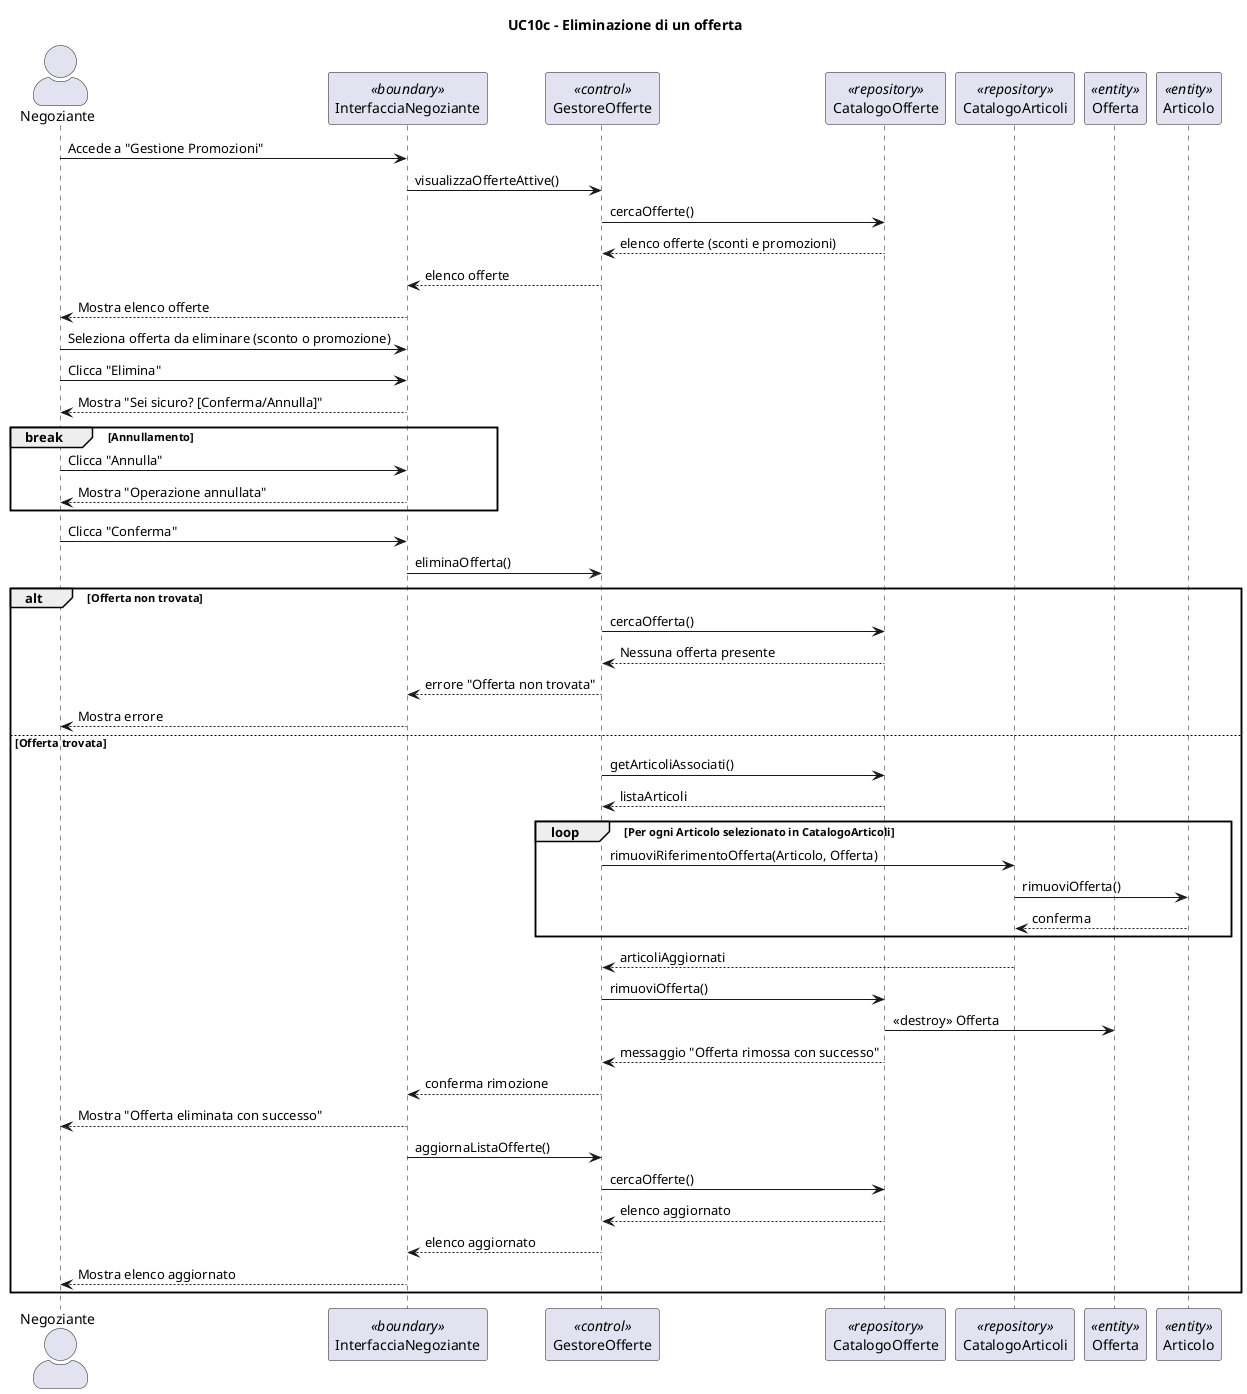
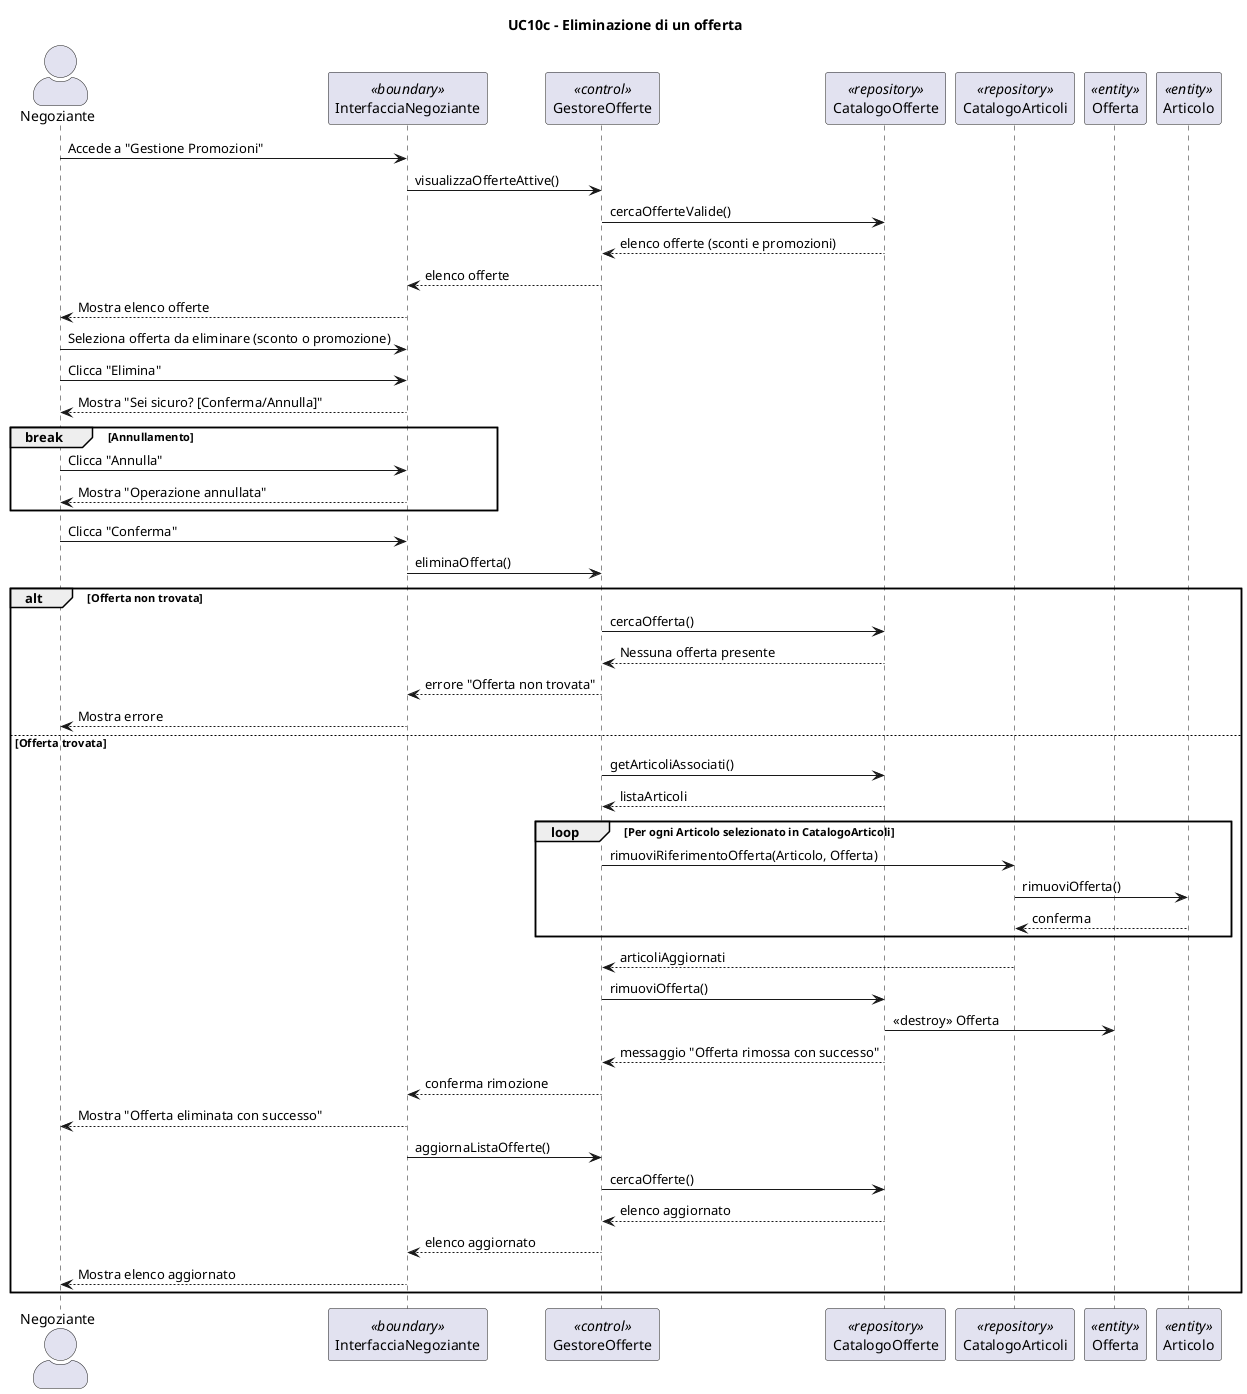
@startuml
title UC10c - Eliminazione di un offerta
skinparam actorStyle awesome

actor Negoziante as N
participant "InterfacciaNegoziante" as IN <<boundary>>
participant "GestoreOfferte" as G <<control>>
participant "CatalogoOfferte" as CO <<repository>>
participant "CatalogoArticoli" as CA <<repository>>
participant "Offerta" as O <<entity>>
participant "Articolo" as Articolo <<entity>>

N -> IN: Accede a "Gestione Promozioni"
IN -> G: visualizzaOfferteAttive()
- G -> CO: cercaOfferte()
+ G -> CO: cercaOfferteValide()
CO --> G: elenco offerte (sconti e promozioni)
G --> IN: elenco offerte
IN --> N: Mostra elenco offerte

N -> IN: Seleziona offerta da eliminare (sconto o promozione)
N -> IN: Clicca "Elimina"

IN --> N: Mostra "Sei sicuro? [Conferma/Annulla]"

break Annullamento
    N -> IN: Clicca "Annulla"
    IN --> N: Mostra "Operazione annullata"
end

N -> IN: Clicca "Conferma"
IN -> G: eliminaOfferta()

alt Offerta non trovata
    G -> CO: cercaOfferta()
    CO --> G: Nessuna offerta presente
    G --> IN: errore "Offerta non trovata"
    IN --> N: Mostra errore

else Offerta trovata
    G -> CO: getArticoliAssociati()
    CO --> G: listaArticoli

        loop Per ogni Articolo selezionato in CatalogoArticoli
            G -> CA: rimuoviRiferimentoOfferta(Articolo, Offerta)
            CA -> Articolo: rimuoviOfferta()
            Articolo --> CA: conferma
        end
        CA --> G: articoliAggiornati

    G -> CO: rimuoviOfferta()
    CO -> O: <<destroy>> Offerta
    CO --> G: messaggio "Offerta rimossa con successo"

    G --> IN: conferma rimozione
    IN --> N: Mostra "Offerta eliminata con successo"

    IN -> G: aggiornaListaOfferte()
    G -> CO: cercaOfferte()
    CO --> G: elenco aggiornato
    G --> IN: elenco aggiornato
    IN --> N: Mostra elenco aggiornato
end
@enduml